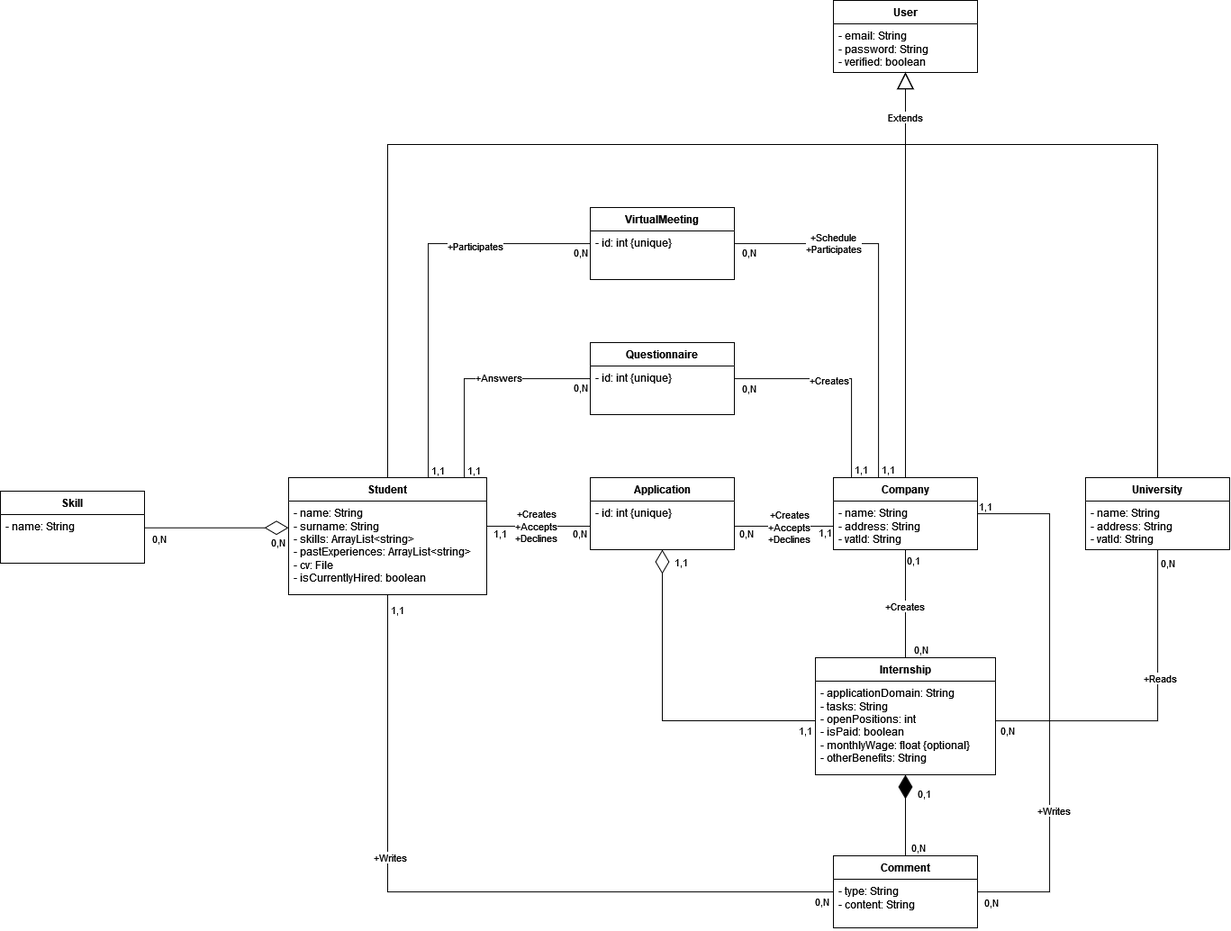
Earlier version of the draw.io export wip/Figures/High_Level_Class_Diagram.png (ale-polimi/soft-eng-2-Travaini). Source tidied: cells renumbered, new cells last; positions are measured from the earlier drawing's top-left corner, leaving out a move shared by most shapes. The source it was exported from:
```xml
<mxGraphModel>
  <root>
    <mxCell id="0" />
    <mxCell id="1" parent="0" />
    <mxCell id="2" value="User" style="swimlane;fontStyle=1;align=center;verticalAlign=top;horizontal=1;startSize=26;whiteSpace=wrap;html=1;" parent="1" vertex="1">
      <mxGeometry x="925" width="160" height="80" as="geometry" />
    </mxCell>
    <mxCell id="3" value="- email: String&lt;div&gt;- password: String&lt;/div&gt;&lt;div&gt;- verified: boolean&lt;/div&gt;" style="text;strokeColor=none;fillColor=none;align=left;verticalAlign=top;spacingLeft=4;spacingRight=4;overflow=hidden;whiteSpace=wrap;html=1;" parent="2" vertex="1">
      <mxGeometry y="26" width="160" height="54" as="geometry" />
    </mxCell>
    <mxCell id="4" style="edgeStyle=orthogonalEdgeStyle;rounded=0;jettySize=auto;html=1;endArrow=none;endFill=0;" parent="1" edge="1" source="19" target="34">
      <mxGeometry relative="1" as="geometry">
        <Array as="points">
          <mxPoint x="430" y="990" />
        </Array>
      </mxGeometry>
    </mxCell>
    <mxCell id="5" value="&lt;div&gt;+Writes&lt;/div&gt;" style="edgeLabel;html=1;align=center;verticalAlign=middle;" parent="4" vertex="1">
      <mxGeometry x="-0.3" y="2" relative="1" as="geometry" />
    </mxCell>
    <mxCell id="6" value="1,1" style="edgeLabel;html=1;align=center;verticalAlign=middle;" parent="4" vertex="1">
      <mxGeometry x="-0.96" y="2" relative="1" as="geometry">
        <mxPoint x="8" as="offset" />
      </mxGeometry>
    </mxCell>
    <mxCell id="7" value="0,N" style="edgeLabel;html=1;align=center;verticalAlign=middle;" parent="4" vertex="1">
      <mxGeometry x="0.93" y="-1" relative="1" as="geometry">
        <mxPoint x="13" y="9" as="offset" />
      </mxGeometry>
    </mxCell>
    <mxCell id="8" style="edgeStyle=elbowEdgeStyle;rounded=0;jettySize=auto;html=1;endArrow=none;endFill=0;elbow=vertical;" parent="1" edge="1" source="19" target="58">
      <mxGeometry relative="1" as="geometry" />
    </mxCell>
    <mxCell id="9" value="1,1" style="edgeLabel;html=1;align=center;verticalAlign=middle;" parent="8" vertex="1">
      <mxGeometry x="-0.74" relative="1" as="geometry">
        <mxPoint y="7" as="offset" />
      </mxGeometry>
    </mxCell>
    <mxCell id="10" value="0,N" style="edgeLabel;html=1;align=center;verticalAlign=middle;" parent="8" vertex="1">
      <mxGeometry x="0.36" y="-1" relative="1" as="geometry">
        <mxPoint x="24" y="6" as="offset" />
      </mxGeometry>
    </mxCell>
    <mxCell id="11" value="&lt;div&gt;+Creates&lt;/div&gt;&lt;div&gt;+Accepts&lt;/div&gt;&lt;div&gt;+Declines&lt;br&gt;&lt;/div&gt;" style="edgeLabel;html=1;align=center;verticalAlign=middle;" parent="8" vertex="1">
      <mxGeometry x="0.33" y="1" relative="1" as="geometry">
        <mxPoint x="-22" as="offset" />
      </mxGeometry>
    </mxCell>
    <mxCell id="12" style="edgeStyle=orthogonalEdgeStyle;rounded=0;jettySize=auto;html=1;endArrow=none;endFill=0;" parent="1" edge="1" source="19" target="64">
      <mxGeometry relative="1" as="geometry">
        <Array as="points">
          <mxPoint x="515" y="420" />
        </Array>
      </mxGeometry>
    </mxCell>
    <mxCell id="13" value="+Answers" style="edgeLabel;html=1;align=center;verticalAlign=middle;" parent="12" vertex="1">
      <mxGeometry x="0.18" y="2" relative="1" as="geometry" />
    </mxCell>
    <mxCell id="14" value="1,1" style="edgeLabel;html=1;align=center;verticalAlign=middle;" parent="12" vertex="1">
      <mxGeometry x="-0.88" y="-1" relative="1" as="geometry">
        <mxPoint x="9" y="6" as="offset" />
      </mxGeometry>
    </mxCell>
    <mxCell id="15" value="0,N" style="edgeLabel;html=1;align=center;verticalAlign=middle;" parent="12" vertex="1">
      <mxGeometry x="0.84" relative="1" as="geometry">
        <mxPoint x="7" y="9" as="offset" />
      </mxGeometry>
    </mxCell>
    <mxCell id="16" style="edgeStyle=orthogonalEdgeStyle;rounded=0;jettySize=auto;html=1;endArrow=none;endFill=0;" parent="1" edge="1" source="19" target="68">
      <mxGeometry relative="1" as="geometry">
        <Array as="points">
          <mxPoint x="475" y="270" />
        </Array>
      </mxGeometry>
    </mxCell>
    <mxCell id="17" value="+Participates" style="edgeLabel;html=1;align=center;verticalAlign=middle;" parent="16" vertex="1">
      <mxGeometry x="0.41" y="-2" relative="1" as="geometry" />
    </mxCell>
    <mxCell id="18" value="1,1" style="edgeLabel;html=1;align=center;verticalAlign=middle;" parent="16" vertex="1">
      <mxGeometry x="-0.91" y="-2" relative="1" as="geometry">
        <mxPoint x="8" y="9" as="offset" />
      </mxGeometry>
    </mxCell>
    <mxCell id="19" value="Student" style="swimlane;fontStyle=1;align=center;verticalAlign=top;horizontal=1;startSize=26;whiteSpace=wrap;html=1;" parent="1" vertex="1">
      <mxGeometry x="320" y="530" width="220" height="130" as="geometry" />
    </mxCell>
    <mxCell id="20" value="&lt;div&gt;- name: String&lt;/div&gt;&lt;div&gt;- surname: String&lt;/div&gt;&lt;div&gt;- skills: ArrayList&amp;lt;string&amp;gt;&lt;/div&gt;&lt;div&gt;- pastExperiences: ArrayList&amp;lt;string&amp;gt;&lt;/div&gt;&lt;div&gt;- cv: File&lt;/div&gt;&lt;div&gt;- isCurrentlyHired: boolean&lt;br&gt;&lt;/div&gt;" style="text;strokeColor=none;fillColor=none;align=left;verticalAlign=top;spacingLeft=4;spacingRight=4;overflow=hidden;whiteSpace=wrap;html=1;" parent="19" vertex="1">
      <mxGeometry y="26" width="220" height="104" as="geometry" />
    </mxCell>
    <mxCell id="21" value="Company" style="swimlane;fontStyle=1;align=center;verticalAlign=top;horizontal=1;startSize=26;whiteSpace=wrap;html=1;" parent="1" vertex="1">
      <mxGeometry x="925" y="530" width="160" height="80" as="geometry" />
    </mxCell>
    <mxCell id="22" value="&lt;div&gt;- name: String&lt;/div&gt;&lt;div&gt;- address: String&lt;/div&gt;&lt;div&gt;- vatId: String&lt;/div&gt;" style="text;strokeColor=none;fillColor=none;align=left;verticalAlign=top;spacingLeft=4;spacingRight=4;overflow=hidden;points=[[0,0.5],[1,0.5]];portConstraint=eastwest;whiteSpace=wrap;html=1;" parent="21" vertex="1">
      <mxGeometry y="26" width="160" height="54" as="geometry" />
    </mxCell>
    <mxCell id="23" style="edgeStyle=orthogonalEdgeStyle;rounded=0;jettySize=auto;html=1;endArrow=none;endFill=0;" parent="1" edge="1" source="27" target="32">
      <mxGeometry relative="1" as="geometry">
        <Array as="points">
          <mxPoint x="1285" y="800" />
        </Array>
      </mxGeometry>
    </mxCell>
    <mxCell id="24" value="+Reads" style="edgeLabel;html=1;align=center;verticalAlign=middle;" parent="23" vertex="1">
      <mxGeometry x="-0.23" y="2" relative="1" as="geometry" />
    </mxCell>
    <mxCell id="25" value="0,N" style="edgeLabel;html=1;align=center;verticalAlign=middle;" parent="23" vertex="1">
      <mxGeometry x="-0.89" relative="1" as="geometry">
        <mxPoint x="10" y="-6" as="offset" />
      </mxGeometry>
    </mxCell>
    <mxCell id="26" value="0,N" style="edgeLabel;html=1;align=center;verticalAlign=middle;" parent="23" vertex="1">
      <mxGeometry x="0.89" relative="1" as="geometry">
        <mxPoint x="-9" y="10" as="offset" />
      </mxGeometry>
    </mxCell>
    <mxCell id="27" value="University" style="swimlane;fontStyle=1;align=center;verticalAlign=top;horizontal=1;startSize=26;whiteSpace=wrap;html=1;" parent="1" vertex="1">
      <mxGeometry x="1205" y="530" width="160" height="80" as="geometry" />
    </mxCell>
    <mxCell id="28" value="&lt;div&gt;- name: String&lt;/div&gt;&lt;div&gt;- address: String&lt;/div&gt;&lt;div&gt;- vatId: String&lt;/div&gt;" style="text;strokeColor=none;fillColor=none;align=left;verticalAlign=top;spacingLeft=4;spacingRight=4;overflow=hidden;whiteSpace=wrap;html=1;" parent="27" vertex="1">
      <mxGeometry y="26" width="160" height="54" as="geometry" />
    </mxCell>
    <mxCell id="29" style="endArrow=block;endSize=16;endFill=0;html=1;rounded=0;edgeStyle=elbowEdgeStyle;elbow=vertical;" parent="1" edge="1" source="19" target="2">
      <mxGeometry relative="1" as="geometry">
        <Array as="points">
          <mxPoint x="725" y="160" />
        </Array>
      </mxGeometry>
    </mxCell>
    <mxCell id="30" style="endArrow=block;endSize=16;endFill=0;html=1;rounded=0;edgeStyle=elbowEdgeStyle;elbow=vertical;" parent="1" edge="1" source="27" target="2">
      <mxGeometry relative="1" as="geometry">
        <Array as="points">
          <mxPoint x="1145" y="160" />
        </Array>
      </mxGeometry>
    </mxCell>
    <mxCell id="31" value="Extends" style="endArrow=block;endSize=16;endFill=0;html=1;rounded=0;" parent="1" edge="1" source="21" target="2">
      <mxGeometry x="0.78" relative="1" as="geometry" />
    </mxCell>
    <mxCell id="32" value="Internship" style="swimlane;fontStyle=1;align=center;verticalAlign=top;horizontal=1;startSize=26;whiteSpace=wrap;html=1;" parent="1" vertex="1">
      <mxGeometry x="905" y="730" width="200" height="130" as="geometry" />
    </mxCell>
    <mxCell id="33" value="&lt;div&gt;- applicationDomain: String&lt;/div&gt;&lt;div&gt;- tasks: String&lt;/div&gt;&lt;div&gt;- openPositions: int&lt;br&gt;&lt;/div&gt;&lt;div&gt;- isPaid: boolean&lt;/div&gt;&lt;div&gt;- monthlyWage: float {optional}&lt;/div&gt;&lt;div&gt;- otherBenefits: String&lt;br&gt;&lt;/div&gt;" style="text;strokeColor=none;fillColor=none;align=left;verticalAlign=top;spacingLeft=4;spacingRight=4;overflow=hidden;whiteSpace=wrap;html=1;" parent="32" vertex="1">
      <mxGeometry y="26" width="200" height="104" as="geometry" />
    </mxCell>
    <mxCell id="34" value="Comment" style="swimlane;fontStyle=1;align=center;verticalAlign=top;horizontal=1;startSize=26;whiteSpace=wrap;html=1;" parent="1" vertex="1">
      <mxGeometry x="925" y="950" width="160" height="80" as="geometry" />
    </mxCell>
    <mxCell id="35" value="&lt;div&gt;- type: String&lt;/div&gt;&lt;div&gt;- content: String&lt;br&gt;&lt;/div&gt;" style="text;strokeColor=none;fillColor=none;align=left;verticalAlign=top;spacingLeft=4;spacingRight=4;overflow=hidden;whiteSpace=wrap;html=1;" parent="34" vertex="1">
      <mxGeometry y="26" width="160" height="54" as="geometry" />
    </mxCell>
    <mxCell id="36" style="endArrow=diamondThin;endFill=1;endSize=24;html=1;rounded=0;" parent="1" edge="1" source="34" target="32">
      <mxGeometry relative="1" as="geometry" />
    </mxCell>
    <mxCell id="37" value="0,1" style="edgeLabel;html=1;align=center;verticalAlign=middle;" parent="36" vertex="1">
      <mxGeometry x="0.53" y="-3" relative="1" as="geometry">
        <mxPoint x="17" y="-1" as="offset" />
      </mxGeometry>
    </mxCell>
    <mxCell id="38" value="0,N" style="edgeLabel;html=1;align=center;verticalAlign=middle;" parent="1" vertex="1">
      <mxGeometry x="1035" y="880" as="geometry">
        <mxPoint x="-17" y="60" as="offset" />
      </mxGeometry>
    </mxCell>
    <mxCell id="39" value="Skill" style="swimlane;fontStyle=1;align=center;verticalAlign=top;horizontal=1;startSize=26;whiteSpace=wrap;html=1;" parent="1" vertex="1">
      <mxGeometry y="545" width="160" height="80" as="geometry" />
    </mxCell>
    <mxCell id="40" value="- name: String" style="text;strokeColor=none;fillColor=none;align=left;verticalAlign=top;spacingLeft=4;spacingRight=4;overflow=hidden;whiteSpace=wrap;html=1;" parent="39" vertex="1">
      <mxGeometry y="26" width="160" height="54" as="geometry" />
    </mxCell>
    <mxCell id="41" style="endArrow=diamondThin;endFill=0;endSize=24;html=1;rounded=0;edgeStyle=elbowEdgeStyle;elbow=vertical;" parent="1" edge="1" source="39" target="19">
      <mxGeometry relative="1" as="geometry" />
    </mxCell>
    <mxCell id="42" value="0,N" style="edgeLabel;html=1;align=center;verticalAlign=middle;" parent="41" vertex="1">
      <mxGeometry x="0.84" y="-5" relative="1" as="geometry">
        <mxPoint y="10" as="offset" />
      </mxGeometry>
    </mxCell>
    <mxCell id="43" style="endArrow=diamondThin;endFill=0;endSize=24;html=1;rounded=0;edgeStyle=elbowEdgeStyle;elbow=vertical;" parent="1" edge="1" source="32" target="57">
      <mxGeometry relative="1" as="geometry">
        <Array as="points">
          <mxPoint x="735" y="800" />
        </Array>
      </mxGeometry>
    </mxCell>
    <mxCell id="44" value="1,1" style="edgeLabel;html=1;align=center;verticalAlign=middle;" parent="43" vertex="1">
      <mxGeometry x="0.93" y="-2" relative="1" as="geometry">
        <mxPoint x="18" as="offset" />
      </mxGeometry>
    </mxCell>
    <mxCell id="45" value="1,1" style="edgeLabel;html=1;align=center;verticalAlign=middle;" parent="1" vertex="1">
      <mxGeometry x="893" y="810" as="geometry" />
    </mxCell>
    <mxCell id="46" value="&lt;div&gt;0,N&lt;/div&gt;" style="edgeLabel;html=1;align=center;verticalAlign=middle;" parent="1" vertex="1">
      <mxGeometry x="169" y="601" as="geometry">
        <mxPoint x="6" y="-4" as="offset" />
      </mxGeometry>
    </mxCell>
    <mxCell id="47" style="endArrow=none;html=1;edgeStyle=orthogonalEdgeStyle;rounded=0;" parent="1" edge="1" source="21" target="32">
      <mxGeometry relative="1" as="geometry" />
    </mxCell>
    <mxCell id="48" value="0,1" style="edgeLabel;html=1;align=left;verticalAlign=bottom;" parent="47" vertex="1">
      <mxGeometry x="-1" relative="1" as="geometry">
        <mxPoint y="20" as="offset" />
      </mxGeometry>
    </mxCell>
    <mxCell id="49" value="0,N" style="edgeLabel;html=1;align=right;verticalAlign=bottom;" parent="47" vertex="1">
      <mxGeometry x="1" relative="1" as="geometry">
        <mxPoint x="25" y="-1" as="offset" />
      </mxGeometry>
    </mxCell>
    <mxCell id="50" value="+Creates" style="edgeLabel;html=1;align=center;verticalAlign=middle;" parent="47" vertex="1">
      <mxGeometry x="0.03" y="-2" relative="1" as="geometry" />
    </mxCell>
    <mxCell id="51" style="endArrow=none;html=1;edgeStyle=orthogonalEdgeStyle;rounded=0;" parent="1" edge="1" source="21" target="34">
      <mxGeometry relative="1" as="geometry">
        <Array as="points">
          <mxPoint x="1165" y="570" />
          <mxPoint x="1165" y="990" />
        </Array>
      </mxGeometry>
    </mxCell>
    <mxCell id="52" value="1,1" style="edgeLabel;html=1;align=left;verticalAlign=bottom;" parent="51" vertex="1">
      <mxGeometry x="-1" relative="1" as="geometry" />
    </mxCell>
    <mxCell id="53" value="0,N" style="edgeLabel;html=1;align=right;verticalAlign=bottom;" parent="51" vertex="1">
      <mxGeometry x="1" relative="1" as="geometry">
        <mxPoint x="23" y="20" as="offset" />
      </mxGeometry>
    </mxCell>
    <mxCell id="54" value="+Writes" style="edgeLabel;html=1;align=center;verticalAlign=middle;" parent="51" vertex="1">
      <mxGeometry x="0.41" y="4" relative="1" as="geometry" />
    </mxCell>
    <mxCell id="55" style="edgeStyle=elbowEdgeStyle;rounded=0;jettySize=auto;html=1;elbow=vertical;endArrow=none;endFill=0;" parent="1" edge="1" source="57" target="22">
      <mxGeometry relative="1" as="geometry" />
    </mxCell>
    <mxCell id="56" value="&lt;div&gt;+Creates&lt;/div&gt;&lt;div&gt;+Accepts&lt;/div&gt;&lt;div&gt;+Declines&lt;br&gt;&lt;/div&gt;" style="edgeLabel;html=1;align=center;verticalAlign=middle;" parent="55" vertex="1">
      <mxGeometry x="-0.38" y="2" relative="1" as="geometry">
        <mxPoint x="26" y="2" as="offset" />
      </mxGeometry>
    </mxCell>
    <mxCell id="57" value="Application" style="swimlane;fontStyle=1;align=center;verticalAlign=top;horizontal=1;startSize=26;whiteSpace=wrap;html=1;" parent="1" vertex="1">
      <mxGeometry x="655" y="530" width="160" height="80" as="geometry" />
    </mxCell>
    <mxCell id="58" value="- id: int {unique}" style="text;strokeColor=none;fillColor=none;align=left;verticalAlign=top;spacingLeft=4;spacingRight=4;overflow=hidden;points=[[0,0.5],[1,0.5]];portConstraint=eastwest;whiteSpace=wrap;html=1;" parent="57" vertex="1">
      <mxGeometry y="26" width="160" height="54" as="geometry" />
    </mxCell>
    <mxCell id="59" value="0,N" style="edgeLabel;html=1;align=center;verticalAlign=middle;" parent="1" vertex="1">
      <mxGeometry x="830" y="595" as="geometry">
        <mxPoint x="-3" y="-4" as="offset" />
      </mxGeometry>
    </mxCell>
    <mxCell id="60" value="1,1" style="edgeLabel;html=1;align=center;verticalAlign=middle;" parent="1" vertex="1">
      <mxGeometry x="915" y="590" as="geometry" />
    </mxCell>
    <mxCell id="61" style="edgeStyle=orthogonalEdgeStyle;rounded=0;jettySize=auto;html=1;endArrow=none;endFill=0;" parent="1" edge="1" source="64" target="21">
      <mxGeometry relative="1" as="geometry">
        <Array as="points">
          <mxPoint x="945" y="420" />
        </Array>
      </mxGeometry>
    </mxCell>
    <mxCell id="62" value="+Creates" style="edgeLabel;html=1;align=center;verticalAlign=middle;" parent="61" vertex="1">
      <mxGeometry x="-0.14" y="-1" relative="1" as="geometry" />
    </mxCell>
    <mxCell id="63" value="1,1" style="edgeLabel;html=1;align=center;verticalAlign=middle;" parent="61" vertex="1">
      <mxGeometry x="0.89" relative="1" as="geometry">
        <mxPoint x="10" y="3" as="offset" />
      </mxGeometry>
    </mxCell>
    <mxCell id="64" value="Questionnaire" style="swimlane;fontStyle=1;align=center;verticalAlign=top;horizontal=1;startSize=26;whiteSpace=wrap;html=1;" parent="1" vertex="1">
      <mxGeometry x="655" y="380" width="160" height="80" as="geometry" />
    </mxCell>
    <mxCell id="65" value="&lt;div&gt;- id: int {unique}&lt;/div&gt;" style="text;strokeColor=none;fillColor=none;align=left;verticalAlign=top;spacingLeft=4;spacingRight=4;overflow=hidden;whiteSpace=wrap;html=1;" parent="64" vertex="1">
      <mxGeometry y="26" width="160" height="54" as="geometry" />
    </mxCell>
    <mxCell id="66" style="edgeStyle=orthogonalEdgeStyle;rounded=0;jettySize=auto;html=1;endArrow=none;endFill=0;" parent="1" edge="1" source="68" target="21">
      <mxGeometry relative="1" as="geometry">
        <Array as="points">
          <mxPoint x="975" y="270" />
        </Array>
      </mxGeometry>
    </mxCell>
    <mxCell id="67" value="&lt;div&gt;+Schedule&lt;/div&gt;&lt;div&gt;+Participates&lt;br&gt;&lt;/div&gt;" style="edgeLabel;html=1;align=center;verticalAlign=middle;" parent="66" vertex="1">
      <mxGeometry x="-0.48" y="1" relative="1" as="geometry" />
    </mxCell>
    <mxCell id="68" value="VirtualMeeting" style="swimlane;fontStyle=1;align=center;verticalAlign=top;horizontal=1;startSize=26;whiteSpace=wrap;html=1;" parent="1" vertex="1">
      <mxGeometry x="655" y="230" width="160" height="80" as="geometry" />
    </mxCell>
    <mxCell id="69" value="- id: int {unique}" style="text;strokeColor=none;fillColor=none;align=left;verticalAlign=top;spacingLeft=4;spacingRight=4;overflow=hidden;whiteSpace=wrap;html=1;" parent="68" vertex="1">
      <mxGeometry y="26" width="160" height="54" as="geometry" />
    </mxCell>
    <mxCell id="70" value="0,N" style="edgeLabel;html=1;align=center;verticalAlign=middle;" parent="1" vertex="1">
      <mxGeometry x="643" y="279" as="geometry" />
    </mxCell>
    <mxCell id="71" value="0,N" style="edgeLabel;html=1;align=center;verticalAlign=middle;" parent="1" vertex="1">
      <mxGeometry x="830" y="430" as="geometry" />
    </mxCell>
    <mxCell id="72" value="0,N" style="edgeLabel;html=1;align=center;verticalAlign=middle;" parent="1" vertex="1">
      <mxGeometry x="830" y="279" as="geometry" />
    </mxCell>
    <mxCell id="73" value="1,1" style="edgeLabel;html=1;align=center;verticalAlign=middle;" parent="1" vertex="1">
      <mxGeometry x="985" y="520" as="geometry" />
    </mxCell>
  </root>
</mxGraphModel>
```
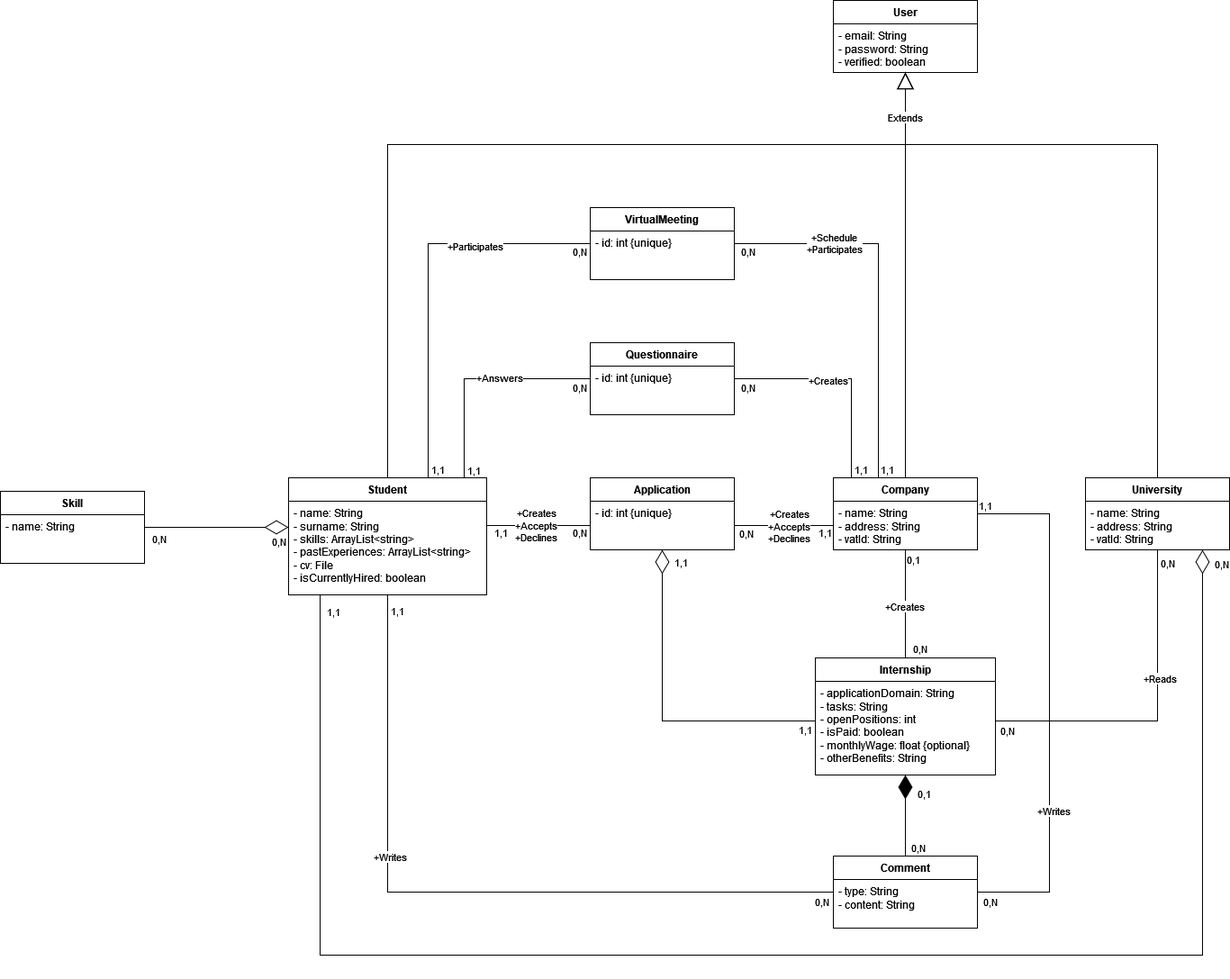
The same file after the commit.

Change to the diagram source:
```diff
@@ -301,5 +301,21 @@
     <mxCell id="73" value="1,1" style="edgeLabel;html=1;align=center;verticalAlign=middle;" parent="1" vertex="1">
       <mxGeometry x="985" y="520" as="geometry" />
     </mxCell>
+    <mxCell id="74" style="endArrow=diamondThin;endFill=0;endSize=24;html=1;rounded=0;edgeStyle=orthogonalEdgeStyle;elbow=vertical;" parent="1" edge="1" source="19" target="27">
+      <mxGeometry relative="1" as="geometry">
+        <Array as="points">
+          <mxPoint x="355" y="1060" />
+          <mxPoint x="1335" y="1060" />
+        </Array>
+      </mxGeometry>
+    </mxCell>
+    <mxCell id="75" value="0,N" style="edgeLabel;html=1;align=center;verticalAlign=middle;" parent="74" vertex="1">
+      <mxGeometry x="0.84" y="-5" relative="1" as="geometry">
+        <mxPoint x="15" y="-128" as="offset" />
+      </mxGeometry>
+    </mxCell>
+    <mxCell id="76" value="1,1" style="edgeLabel;html=1;align=center;verticalAlign=middle;" parent="1" vertex="1">
+      <mxGeometry x="369" y="678" as="geometry" />
+    </mxCell>
   </root>
 </mxGraphModel>
```
